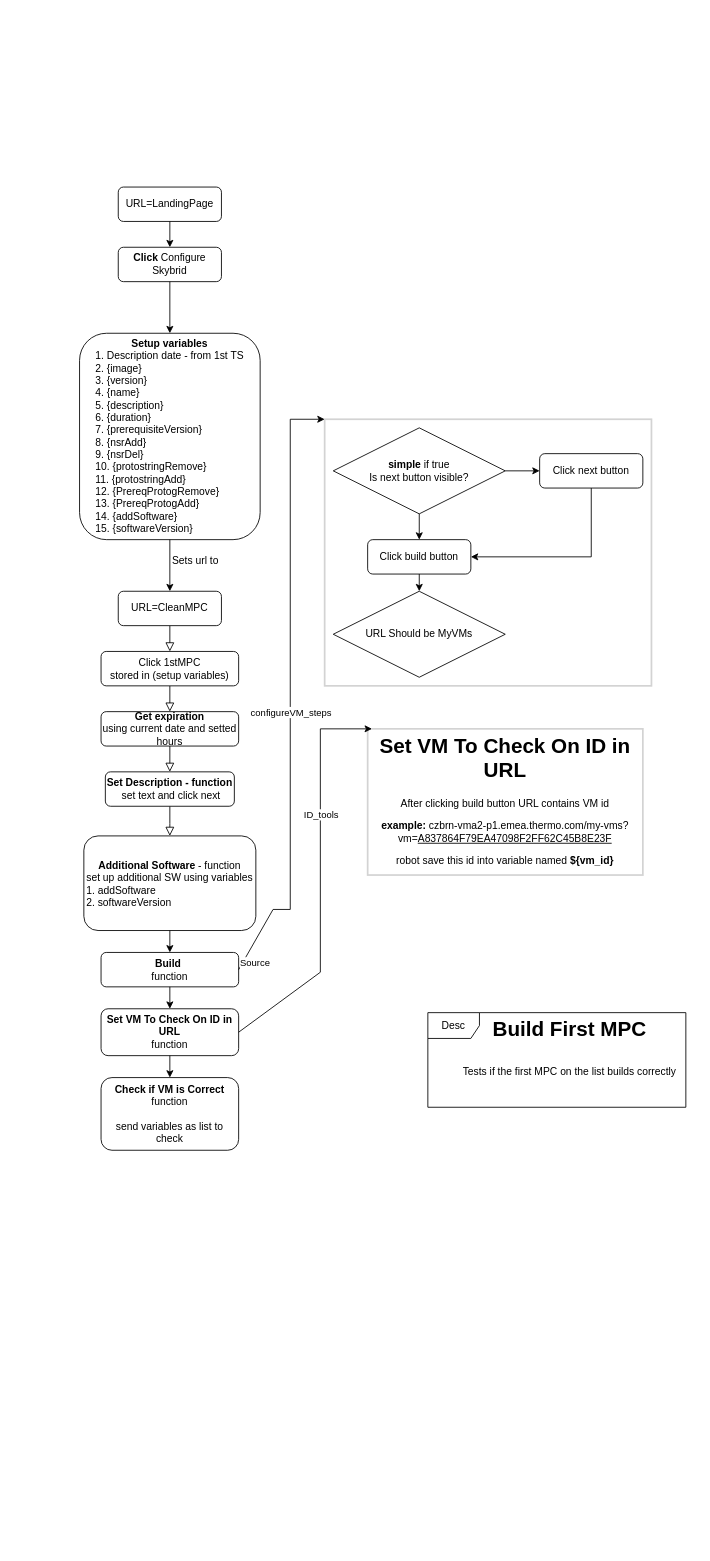
The draw.io diagram page "3 ConfigureSkybridVMs" (4 of 4) of 4_MyVMS.drawio in MartinBlazek6/Project, before the edit. Source tidied: cells renumbered, new cells numbered last; positions are measured from the earlier drawing's top-left corner, leaving out a move shared by most shapes. Both pictures are drawn from the tidied source at 86%, with x=0, y=0 at pixel (79, 187).
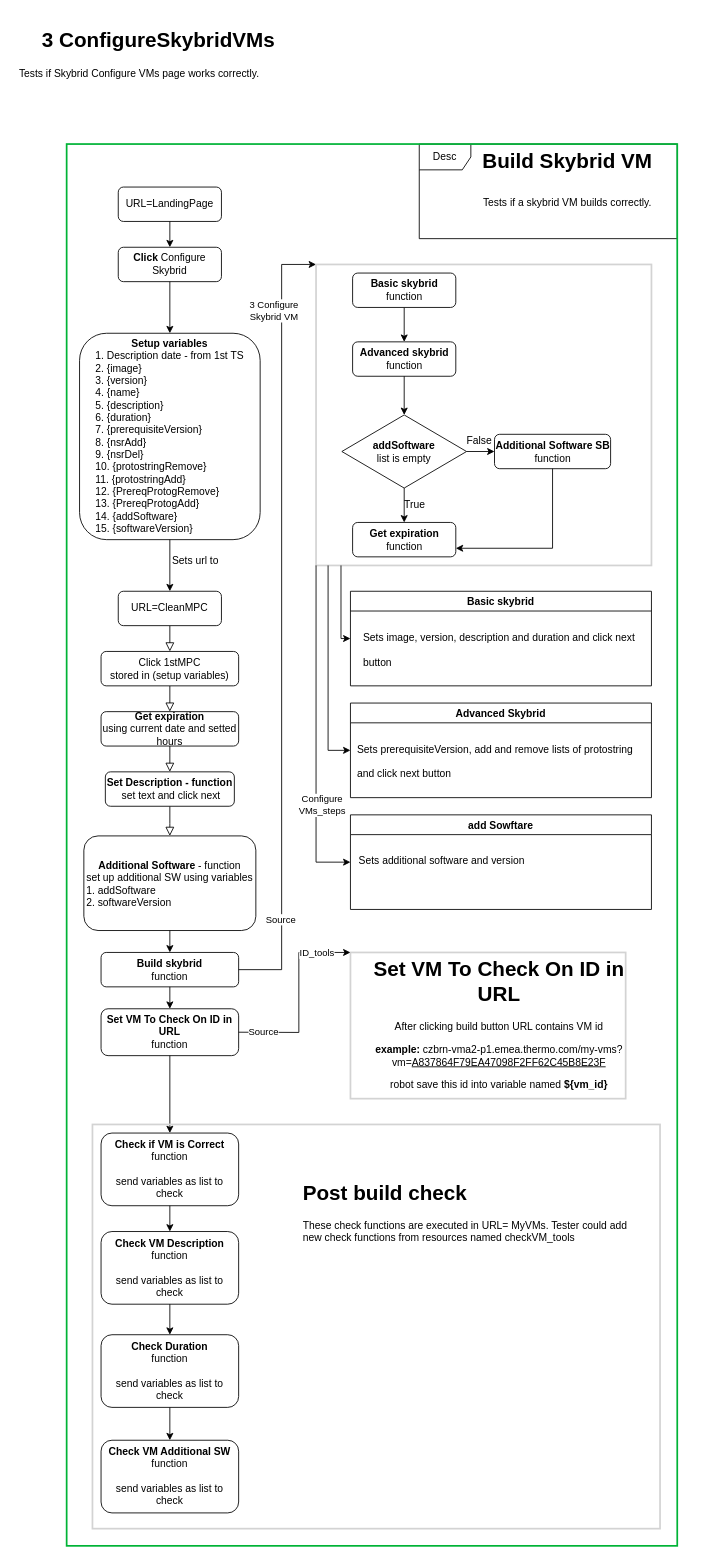
Above is the later version.

Unchanged cells that the change refers to:
```xml
<mxCell id="28" value="&lt;b&gt;Set VM To Check On ID in URL&lt;/b&gt;&lt;br&gt;function" style="rounded=1;whiteSpace=wrap;html=1;fontSize=12;glass=0;strokeWidth=1;shadow=0;" parent="1" vertex="1">
  <mxGeometry x="25" y="955.5" width="160" height="54.5" as="geometry" />
</mxCell>
```

What changed in the source:
```diff
@@
-    <mxCell id="14" value="&lt;b&gt;Build&amp;nbsp;&lt;/b&gt;&lt;br&gt;function" style="rounded=1;whiteSpace=wrap;html=1;fontSize=12;glass=0;strokeWidth=1;shadow=0;" parent="1" vertex="1">
+    <mxCell id="14" value="&lt;b&gt;Build skybrid&lt;/b&gt;&lt;br&gt;function" style="rounded=1;whiteSpace=wrap;html=1;fontSize=12;glass=0;strokeWidth=1;shadow=0;" parent="1" vertex="1">
       <mxGeometry x="25" y="890" width="160" height="40" as="geometry" />
     </mxCell>
@@
-    <mxCell id="16" value="&lt;b&gt;simple &lt;/b&gt;if true&lt;br&gt;Is next button visible?" style="rhombus;whiteSpace=wrap;html=1;align=center;" parent="1" vertex="1">
-      <mxGeometry x="295" y="280" width="200" height="100" as="geometry" />
-    </mxCell>
-    <mxCell id="17" value="Click next button" style="rounded=1;whiteSpace=wrap;html=1;fontSize=12;glass=0;strokeWidth=1;shadow=0;" parent="1" vertex="1">
-      <mxGeometry x="535" y="310" width="120" height="40" as="geometry" />
-    </mxCell>
-    <mxCell id="18" value="Click build button" style="rounded=1;whiteSpace=wrap;html=1;fontSize=12;glass=0;strokeWidth=1;shadow=0;" parent="1" vertex="1">
-      <mxGeometry x="335" y="410" width="120" height="40" as="geometry" />
+    <mxCell id="18" value="&lt;b&gt;Additional Software SB&lt;br&gt;&lt;/b&gt;function" style="rounded=1;whiteSpace=wrap;html=1;fontSize=12;glass=0;strokeWidth=1;shadow=0;" parent="1" vertex="1">
+      <mxGeometry x="482.5" y="287.5" width="135" height="40" as="geometry" />
     </mxCell>
-    <mxCell id="19" value="URL Should be MyVMs" style="rhombus;whiteSpace=wrap;html=1;align=center;" parent="1" vertex="1">
-      <mxGeometry x="295" y="470" width="200" height="100" as="geometry" />
-    </mxCell>
-    <mxCell id="20" style="endArrow=classic;html=1;rounded=0;exitX=1;exitY=0.5;exitDx=0;exitDy=0;entryX=0;entryY=0.5;entryDx=0;entryDy=0;" parent="1" edge="1" source="16" target="17">
-      <mxGeometry relative="1" as="geometry" />
-    </mxCell>
-    <mxCell id="21" style="endArrow=classic;html=1;rounded=0;exitX=0.5;exitY=1;exitDx=0;exitDy=0;entryX=0.5;entryY=0;entryDx=0;entryDy=0;" parent="1" edge="1" source="16" target="18">
-      <mxGeometry relative="1" as="geometry" />
-    </mxCell>
-    <mxCell id="22" style="endArrow=classic;html=1;rounded=0;exitX=0.5;exitY=1;exitDx=0;exitDy=0;entryX=0.5;entryY=0;entryDx=0;entryDy=0;" parent="1" edge="1" source="18" target="19">
-      <mxGeometry relative="1" as="geometry" />
-    </mxCell>
-    <mxCell id="23" style="endArrow=classic;html=1;rounded=0;exitX=0.5;exitY=1;exitDx=0;exitDy=0;entryX=1;entryY=0.5;entryDx=0;entryDy=0;" parent="1" edge="1" source="17" target="18">
-      <mxGeometry relative="1" as="geometry">
-        <Array as="points">
-          <mxPoint x="595" y="430" />
-        </Array>
-      </mxGeometry>
-    </mxCell>
     <mxCell id="24" style="rounded=0;whiteSpace=wrap;html=1;fillColor=none;strokeColor=#d3d3d3;strokeWidth=2;align=center;" parent="1" vertex="1">
-      <mxGeometry x="285" y="270" width="380" height="310" as="geometry" />
+      <mxGeometry x="275" y="90" width="390" height="350" as="geometry" />
     </mxCell>
     <mxCell id="25" style="endArrow=classic;html=1;rounded=0;exitX=1;exitY=0.5;exitDx=0;exitDy=0;entryX=0;entryY=0;entryDx=0;entryDy=0;" parent="1" edge="1" source="14" target="24">
       <mxGeometry relative="1" as="geometry">
         <Array as="points">
-          <mxPoint x="225" y="840" />
-          <mxPoint x="245" y="840" />
-          <mxPoint x="245" y="270" />
+          <mxPoint x="235" y="910" />
+          <mxPoint x="235" y="90" />
         </Array>
       </mxGeometry>
     </mxCell>
-    <mxCell id="26" value="configureVM_steps" style="edgeLabel;html=1;align=center;verticalAlign=middle;" parent="25" vertex="1">
+    <mxCell id="26" value="3 Configure&lt;br&gt;Skybrid VM" style="edgeLabel;html=1;align=center;verticalAlign=middle;" parent="25" vertex="1">
       <mxGeometry relative="1" as="geometry">
-        <mxPoint y="25" as="offset" />
+        <mxPoint x="-10" y="-362" as="offset" />
       </mxGeometry>
     </mxCell>
     <mxCell id="27" value="Source" style="edgeLabel;html=1;align=left;verticalAlign=bottom;" parent="25" vertex="1">
-      <mxGeometry x="-1" relative="1" as="geometry" />
+      <mxGeometry x="-1" relative="1" as="geometry">
+        <mxPoint x="30" y="-50" as="offset" />
+      </mxGeometry>
     </mxCell>
@@
     <mxCell id="29" value="&lt;b&gt;Check if VM is Correct&lt;br&gt;&lt;/b&gt;function&lt;br&gt;&lt;br&gt;&lt;div&gt;&lt;span&gt;send variables as list to check&lt;/span&gt;&lt;/div&gt;" style="rounded=1;whiteSpace=wrap;html=1;fontSize=12;glass=0;strokeWidth=1;shadow=0;" parent="1" vertex="1">
-      <mxGeometry x="25" y="1035.5" width="160" height="84.5" as="geometry" />
+      <mxGeometry x="25" y="1100" width="160" height="84.5" as="geometry" />
     </mxCell>
     <mxCell id="30" value="&lt;h1&gt;Set VM To Check On ID in URL&lt;/h1&gt;&lt;p&gt;After clicking build button URL contains VM id&lt;/p&gt;&lt;p&gt;&lt;b&gt;example:&lt;/b&gt;&amp;nbsp;czbrn-vma2-p1.emea.thermo.com/my-vms?vm=&lt;u&gt;A837864F79EA47098F2FF62C45B8E23F&lt;/u&gt;&lt;/p&gt;&lt;p&gt;robot save this id into variable named &lt;b&gt;${vm_id}&lt;/b&gt;&lt;/p&gt;" style="text;html=1;strokeColor=none;fillColor=none;spacing=5;spacingTop=-20;whiteSpace=wrap;overflow=hidden;rounded=0;align=center;" parent="1" vertex="1">
-      <mxGeometry x="325" y="630" width="340" height="170" as="geometry" />
+      <mxGeometry x="317.5" y="890" width="340" height="170" as="geometry" />
     </mxCell>
     <mxCell id="31" style="rounded=0;whiteSpace=wrap;html=1;fillColor=none;strokeColor=#d3d3d3;strokeWidth=2;align=center;" parent="1" vertex="1">
-      <mxGeometry x="335" y="630" width="320" height="170" as="geometry" />
+      <mxGeometry x="315" y="890" width="320" height="170" as="geometry" />
     </mxCell>
-    <mxCell id="32" style="endArrow=classic;html=1;rounded=0;exitX=1;exitY=0.5;exitDx=0;exitDy=0;entryX=0;entryY=0;entryDx=0;entryDy=0;" parent="1" edge="1" source="28">
+    <mxCell id="32" style="endArrow=classic;html=1;rounded=0;exitX=1;exitY=0.5;exitDx=0;exitDy=0;entryX=0;entryY=0;entryDx=0;entryDy=0;" parent="1" edge="1" source="28" target="31">
       <mxGeometry relative="1" as="geometry">
-        <mxPoint x="340" y="630" as="targetPoint" />
         <Array as="points">
-          <mxPoint x="280" y="913" />
-          <mxPoint x="280" y="630" />
+          <mxPoint x="255" y="983" />
+          <mxPoint x="255" y="890" />
         </Array>
       </mxGeometry>
     </mxCell>
     <mxCell id="33" value="ID_tools" style="edgeLabel;html=1;align=center;verticalAlign=middle;" parent="32" vertex="1">
       <mxGeometry relative="1" as="geometry">
-        <mxPoint y="-71" as="offset" />
+        <mxPoint x="20" y="-51" as="offset" />
       </mxGeometry>
     </mxCell>
@@
     <mxCell id="36" value="Desc" style="shape=umlFrame;whiteSpace=wrap;html=1;align=center;" parent="1" vertex="1">
-      <mxGeometry x="405" y="960" width="300" height="110" as="geometry" />
+      <mxGeometry x="395" y="-50" width="300" height="110" as="geometry" />
     </mxCell>
-    <mxCell id="37" value="&lt;h1&gt;&lt;span&gt;&lt;span&gt; &lt;/span&gt;Build First MPC&lt;/span&gt;&lt;/h1&gt;&lt;h1&gt;&lt;span style=&quot;font-size: 12px ; font-weight: 400&quot;&gt;Tests if the first MPC on the list builds correctly&lt;/span&gt;&lt;br&gt;&lt;/h1&gt;" style="text;html=1;strokeColor=none;fillColor=none;spacing=5;spacingTop=-20;whiteSpace=wrap;overflow=hidden;rounded=0;align=center;" parent="1" vertex="1">
-      <mxGeometry x="425" y="960" width="290" height="120" as="geometry" />
+    <mxCell id="37" value="&lt;h1&gt;&lt;span&gt;Build Skybrid VM&lt;/span&gt;&lt;/h1&gt;&lt;h1&gt;&lt;span style=&quot;font-size: 12px ; font-weight: 400&quot;&gt;Tests if a skybrid VM builds correctly.&lt;/span&gt;&lt;br&gt;&lt;/h1&gt;" style="text;html=1;strokeColor=none;fillColor=none;spacing=5;spacingTop=-20;whiteSpace=wrap;overflow=hidden;rounded=0;align=center;" parent="1" vertex="1">
+      <mxGeometry x="430" y="-50" width="275" height="120" as="geometry" />
     </mxCell>
@@
+    <mxCell id="42" value="Source" style="edgeLabel;html=1;align=left;verticalAlign=bottom;" parent="1" vertex="1">
+      <mxGeometry x="195" y="990" as="geometry" />
+    </mxCell>
+    <mxCell id="43" value="&lt;b&gt;Advanced skybrid&lt;br&gt;&lt;/b&gt;function" style="rounded=1;whiteSpace=wrap;html=1;fontSize=12;glass=0;strokeWidth=1;shadow=0;" parent="1" vertex="1">
+      <mxGeometry x="317.5" y="180" width="120" height="40" as="geometry" />
+    </mxCell>
+    <mxCell id="44" style="endArrow=classic;html=1;rounded=0;entryX=0.5;entryY=0;entryDx=0;entryDy=0;exitX=0.5;exitY=1;exitDx=0;exitDy=0;" parent="1" edge="1" source="45" target="43">
+      <mxGeometry relative="1" as="geometry" />
+    </mxCell>
+    <mxCell id="45" value="&lt;b&gt;Basic skybrid&lt;br&gt;&lt;/b&gt;function" style="rounded=1;whiteSpace=wrap;html=1;fontSize=12;glass=0;strokeWidth=1;shadow=0;" parent="1" vertex="1">
+      <mxGeometry x="317.5" y="100" width="120" height="40" as="geometry" />
+    </mxCell>
+    <mxCell id="46" value="&lt;b&gt;addSoftware &lt;br&gt;&lt;/b&gt;list is empty" style="rhombus;whiteSpace=wrap;html=1;align=center;" parent="1" vertex="1">
+      <mxGeometry x="305" y="265" width="145" height="85" as="geometry" />
+    </mxCell>
+    <mxCell id="47" style="endArrow=classic;html=1;rounded=0;exitX=0.5;exitY=1;exitDx=0;exitDy=0;" parent="1" edge="1" source="43" target="46">
+      <mxGeometry relative="1" as="geometry" />
+    </mxCell>
+    <mxCell id="48" style="endArrow=classic;html=1;rounded=0;exitX=0.5;exitY=1;exitDx=0;exitDy=0;entryX=0.5;entryY=0;entryDx=0;entryDy=0;" parent="1" edge="1" source="46" target="52">
+      <mxGeometry relative="1" as="geometry" />
+    </mxCell>
+    <mxCell id="49" style="endArrow=classic;html=1;rounded=0;exitX=1;exitY=0.5;exitDx=0;exitDy=0;entryX=0;entryY=0.5;entryDx=0;entryDy=0;" parent="1" edge="1" source="46" target="18">
+      <mxGeometry relative="1" as="geometry" />
+    </mxCell>
+    <mxCell id="50" value="False" style="text;html=1;strokeColor=none;fillColor=none;align=center;verticalAlign=middle;whiteSpace=wrap;rounded=0;" parent="1" vertex="1">
+      <mxGeometry x="435" y="280" width="60" height="30" as="geometry" />
+    </mxCell>
+    <mxCell id="51" value="True" style="text;html=1;strokeColor=none;fillColor=none;align=center;verticalAlign=middle;whiteSpace=wrap;rounded=0;" parent="1" vertex="1">
+      <mxGeometry x="360" y="355" width="60" height="30" as="geometry" />
+    </mxCell>
+    <mxCell id="52" value="&lt;b&gt;Get expiration&lt;br&gt;&lt;/b&gt;function" style="rounded=1;whiteSpace=wrap;html=1;fontSize=12;glass=0;strokeWidth=1;shadow=0;" parent="1" vertex="1">
+      <mxGeometry x="317.5" y="390" width="120" height="40" as="geometry" />
+    </mxCell>
+    <mxCell id="53" style="endArrow=classic;html=1;rounded=0;exitX=0.5;exitY=1;exitDx=0;exitDy=0;entryX=1;entryY=0.75;entryDx=0;entryDy=0;" parent="1" edge="1" source="18" target="52">
+      <mxGeometry relative="1" as="geometry">
+        <Array as="points">
+          <mxPoint x="550" y="420" />
+        </Array>
+      </mxGeometry>
+    </mxCell>
+    <mxCell id="54" value="Basic skybrid" style="swimlane;" parent="1" vertex="1">
+      <mxGeometry x="315" y="470" width="350" height="110" as="geometry" />
+    </mxCell>
+    <mxCell id="55" value="Advanced Skybrid" style="swimlane;" parent="1" vertex="1">
+      <mxGeometry x="315" y="600" width="350" height="110" as="geometry" />
+    </mxCell>
+    <mxCell id="56" value="&lt;h1&gt;&lt;span style=&quot;font-size: 12px ; font-weight: 400&quot;&gt;Sets prerequisiteVersion, add and remove lists of protostring and click next button&lt;/span&gt;&lt;/h1&gt;" style="text;html=1;strokeColor=none;fillColor=none;spacing=5;spacingTop=-20;whiteSpace=wrap;overflow=hidden;rounded=0;align=left;" parent="55" vertex="1">
+      <mxGeometry x="2.5" y="30" width="330" height="70" as="geometry" />
+    </mxCell>
+    <mxCell id="57" value="add Sowftare" style="swimlane;" parent="1" vertex="1">
+      <mxGeometry x="315" y="730" width="350" height="110" as="geometry" />
+    </mxCell>
+    <mxCell id="58" value="&lt;h1&gt;&lt;span style=&quot;font-size: 12px ; font-weight: 400&quot;&gt;Sets additional software and version&lt;/span&gt;&lt;/h1&gt;" style="text;html=1;strokeColor=none;fillColor=none;spacing=5;spacingTop=-20;whiteSpace=wrap;overflow=hidden;rounded=0;align=left;" parent="57" vertex="1">
+      <mxGeometry x="5" y="30" width="330" height="70" as="geometry" />
+    </mxCell>
+    <mxCell id="59" style="endArrow=classic;html=1;rounded=0;entryX=0;entryY=0.5;entryDx=0;entryDy=0;" parent="1" edge="1" target="54">
+      <mxGeometry relative="1" as="geometry">
+        <mxPoint x="304" y="440" as="sourcePoint" />
+        <Array as="points">
+          <mxPoint x="304" y="525" />
+        </Array>
+      </mxGeometry>
+    </mxCell>
+    <mxCell id="60" style="endArrow=classic;html=1;rounded=0;entryX=0;entryY=0.5;entryDx=0;entryDy=0;" parent="1" edge="1" target="55">
+      <mxGeometry relative="1" as="geometry">
+        <mxPoint x="289" y="440" as="sourcePoint" />
+        <Array as="points">
+          <mxPoint x="289" y="655" />
+        </Array>
+      </mxGeometry>
+    </mxCell>
+    <mxCell id="61" style="endArrow=classic;html=1;rounded=0;exitX=0;exitY=1;exitDx=0;exitDy=0;entryX=0;entryY=0.5;entryDx=0;entryDy=0;" parent="1" edge="1" source="24" target="57">
+      <mxGeometry relative="1" as="geometry">
+        <Array as="points">
+          <mxPoint x="275" y="785" />
+        </Array>
+      </mxGeometry>
+    </mxCell>
+    <mxCell id="62" value="&lt;h1&gt;&lt;span style=&quot;font-size: 12px ; font-weight: 400&quot;&gt;Sets image, version, description and duration and click next button&lt;/span&gt;&lt;/h1&gt;" style="text;html=1;strokeColor=none;fillColor=none;spacing=5;spacingTop=-20;whiteSpace=wrap;overflow=hidden;rounded=0;align=left;" parent="1" vertex="1">
+      <mxGeometry x="325" y="500" width="330" height="70" as="geometry" />
+    </mxCell>
+    <mxCell id="63" value="Configure&lt;br&gt;VMs_steps" style="edgeLabel;html=1;align=center;verticalAlign=middle;" parent="1" vertex="1">
+      <mxGeometry x="285" y="720" as="geometry">
+        <mxPoint x="-4" y="-2" as="offset" />
+      </mxGeometry>
+    </mxCell>
+    <mxCell id="64" value="&lt;b&gt;Check VM Description&lt;br&gt;&lt;/b&gt;function&lt;br&gt;&lt;br&gt;&lt;div&gt;&lt;span&gt;send variables as list to check&lt;/span&gt;&lt;/div&gt;" style="rounded=1;whiteSpace=wrap;html=1;fontSize=12;glass=0;strokeWidth=1;shadow=0;" parent="1" vertex="1">
+      <mxGeometry x="25" y="1214.5" width="160" height="84.5" as="geometry" />
+    </mxCell>
+    <mxCell id="65" value="&lt;b&gt;Check Duration&lt;br&gt;&lt;/b&gt;function&lt;br&gt;&lt;br&gt;&lt;div&gt;&lt;span&gt;send variables as list to check&lt;/span&gt;&lt;/div&gt;" style="rounded=1;whiteSpace=wrap;html=1;fontSize=12;glass=0;strokeWidth=1;shadow=0;" parent="1" vertex="1">
+      <mxGeometry x="25" y="1334.5" width="160" height="84.5" as="geometry" />
+    </mxCell>
+    <mxCell id="66" value="&lt;b&gt;Check VM Additional SW&lt;br&gt;&lt;/b&gt;function&lt;br&gt;&lt;br&gt;&lt;div&gt;&lt;span&gt;send variables as list to check&lt;/span&gt;&lt;/div&gt;" style="rounded=1;whiteSpace=wrap;html=1;fontSize=12;glass=0;strokeWidth=1;shadow=0;" parent="1" vertex="1">
+      <mxGeometry x="25" y="1457.2" width="160" height="84.5" as="geometry" />
+    </mxCell>
+    <mxCell id="67" style="endArrow=classic;html=1;rounded=0;fontSize=12;exitX=0.5;exitY=1;exitDx=0;exitDy=0;" parent="1" edge="1" source="29" target="64">
+      <mxGeometry relative="1" as="geometry" />
+    </mxCell>
+    <mxCell id="68" style="endArrow=classic;html=1;rounded=0;fontSize=12;exitX=0.5;exitY=1;exitDx=0;exitDy=0;entryX=0.5;entryY=0;entryDx=0;entryDy=0;" parent="1" edge="1" source="64" target="65">
+      <mxGeometry relative="1" as="geometry" />
+    </mxCell>
+    <mxCell id="69" style="endArrow=classic;html=1;rounded=0;fontSize=12;exitX=0.5;exitY=1;exitDx=0;exitDy=0;entryX=0.5;entryY=0;entryDx=0;entryDy=0;" parent="1" edge="1" source="65" target="66">
+      <mxGeometry relative="1" as="geometry" />
+    </mxCell>
+    <mxCell id="70" style="rounded=0;whiteSpace=wrap;html=1;fillColor=none;strokeColor=#d3d3d3;strokeWidth=2;align=center;" parent="1" vertex="1">
+      <mxGeometry x="15" y="1090" width="660" height="470" as="geometry" />
+    </mxCell>
+    <mxCell id="71" value="&lt;h1&gt;Post build check&lt;/h1&gt;&lt;p&gt;These check functions are executed in URL= MyVMs. Tester could add new check functions from resources named checkVM_tools&lt;/p&gt;" style="text;html=1;strokeColor=none;fillColor=none;spacing=5;spacingTop=-20;whiteSpace=wrap;overflow=hidden;rounded=0;fontSize=12;align=left;" parent="1" vertex="1">
+      <mxGeometry x="255" y="1150" width="400" height="250" as="geometry" />
+    </mxCell>
+    <mxCell id="72" style="rounded=0;whiteSpace=wrap;html=1;fillColor=none;strokeColor=#00B336;strokeWidth=2;fontSize=12;align=left;" parent="1" vertex="1">
+      <mxGeometry x="-15" y="-50" width="710" height="1630" as="geometry" />
+    </mxCell>
+    <mxCell id="73" value="&lt;h1&gt;&lt;span style=&quot;white-space: pre&quot;&gt; &lt;/span&gt;&lt;span style=&quot;white-space: pre&quot;&gt; &lt;/span&gt;&lt;span style=&quot;white-space: pre&quot;&gt; &lt;/span&gt;&lt;span style=&quot;white-space: pre&quot;&gt; &lt;/span&gt;3 ConfigureSkybridVMs&lt;/h1&gt;&lt;p&gt;Tests if Skybrid Configure VMs page works correctly.&lt;/p&gt;" style="text;html=1;strokeColor=none;fillColor=none;spacing=5;spacingTop=-20;whiteSpace=wrap;overflow=hidden;rounded=0;fontSize=12;align=left;" parent="1" vertex="1">
+      <mxGeometry x="-75" y="-190" width="790" height="120" as="geometry" />
+    </mxCell>
```
